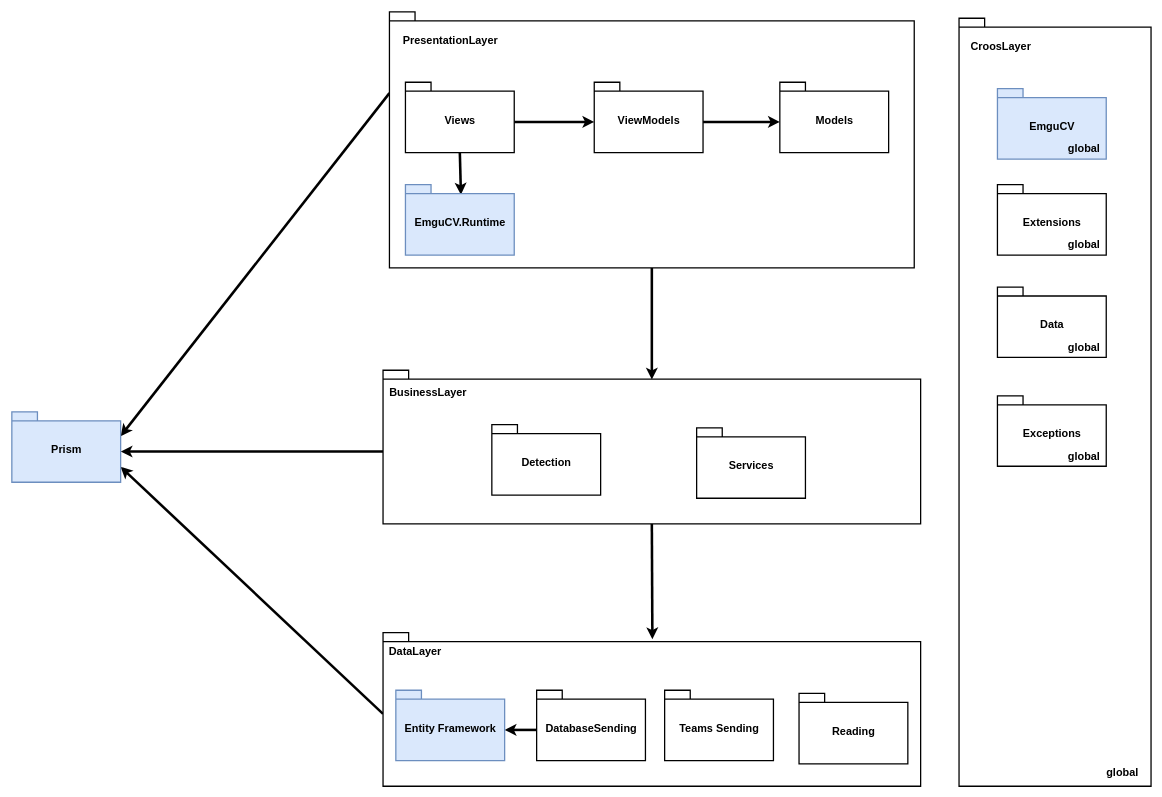
This is page "Packets" (1 of 12) of Packets.drawio from GoldGreen/Skeletonization, a draw.io file, before an edit. Source tidied: cells renumbered, new cells numbered last; positions are measured from the earlier drawing's top-left corner, leaving out a move shared by most shapes. Both pictures are drawn from the tidied source at 64%, with x=0, y=0 at pixel (12, 12).
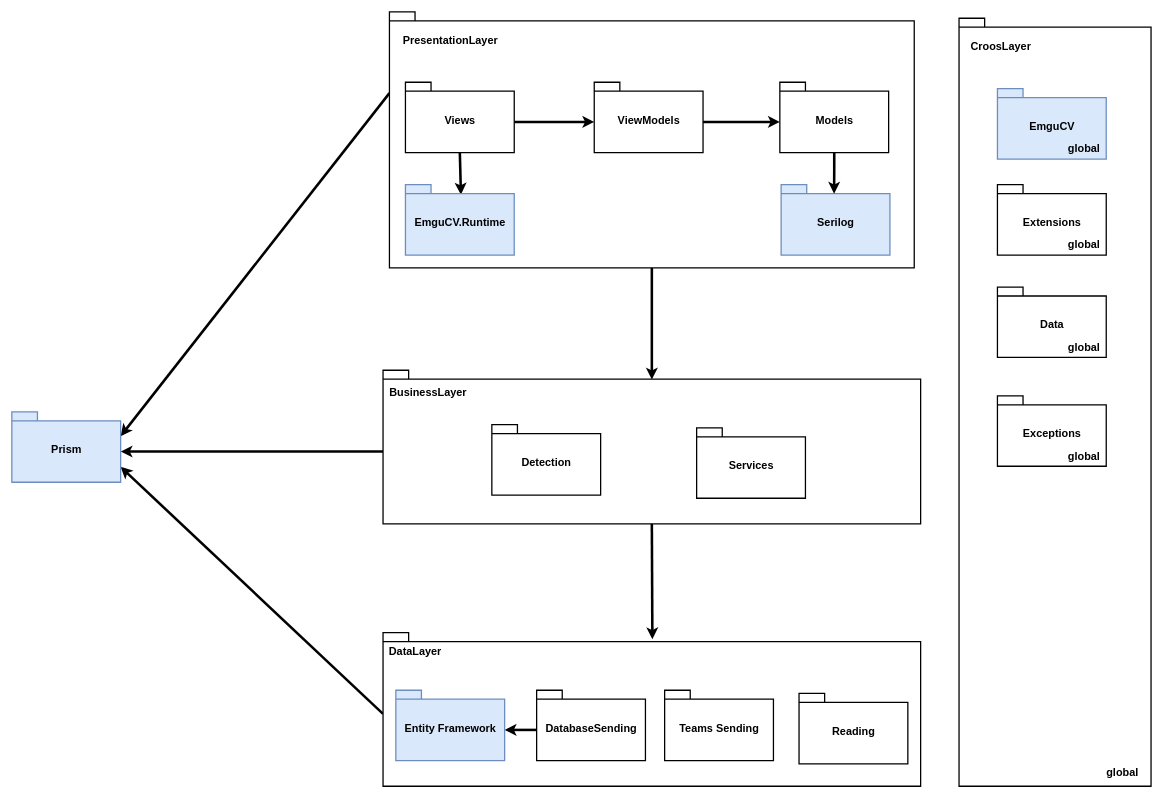
Above is the later version.

Unchanged cells that the change refers to:
```xml
<mxCell id="20" value="Models" style="shape=folder;fontStyle=1;spacingTop=10;tabWidth=40;tabHeight=14;tabPosition=left;html=1;fontSize=17;fillColor=#FFFFFF;strokeWidth=2;" parent="1" vertex="1">
  <mxGeometry x="1200" y="110" width="170" height="110" as="geometry" />
</mxCell>
```

Diff of the diagram source:
```diff
@@
+    <mxCell id="39" value="Serilog" style="shape=folder;fontStyle=1;spacingTop=10;tabWidth=40;tabHeight=14;tabPosition=left;html=1;fontSize=17;fillColor=#dae8fc;strokeWidth=2;strokeColor=#6c8ebf;" parent="1" vertex="1">
+      <mxGeometry x="1202" y="270" width="170" height="110" as="geometry" />
+    </mxCell>
+    <mxCell id="40" style="edgeStyle=orthogonalEdgeStyle;rounded=0;jettySize=auto;html=1;exitX=0.5;exitY=1;exitDx=0;exitDy=0;exitPerimeter=0;entryX=0.487;entryY=0.129;entryDx=0;entryDy=0;entryPerimeter=0;fontSize=17;strokeWidth=4;fontStyle=1;" parent="1" edge="1" source="20" target="39">
+      <mxGeometry relative="1" as="geometry" />
+    </mxCell>
```
